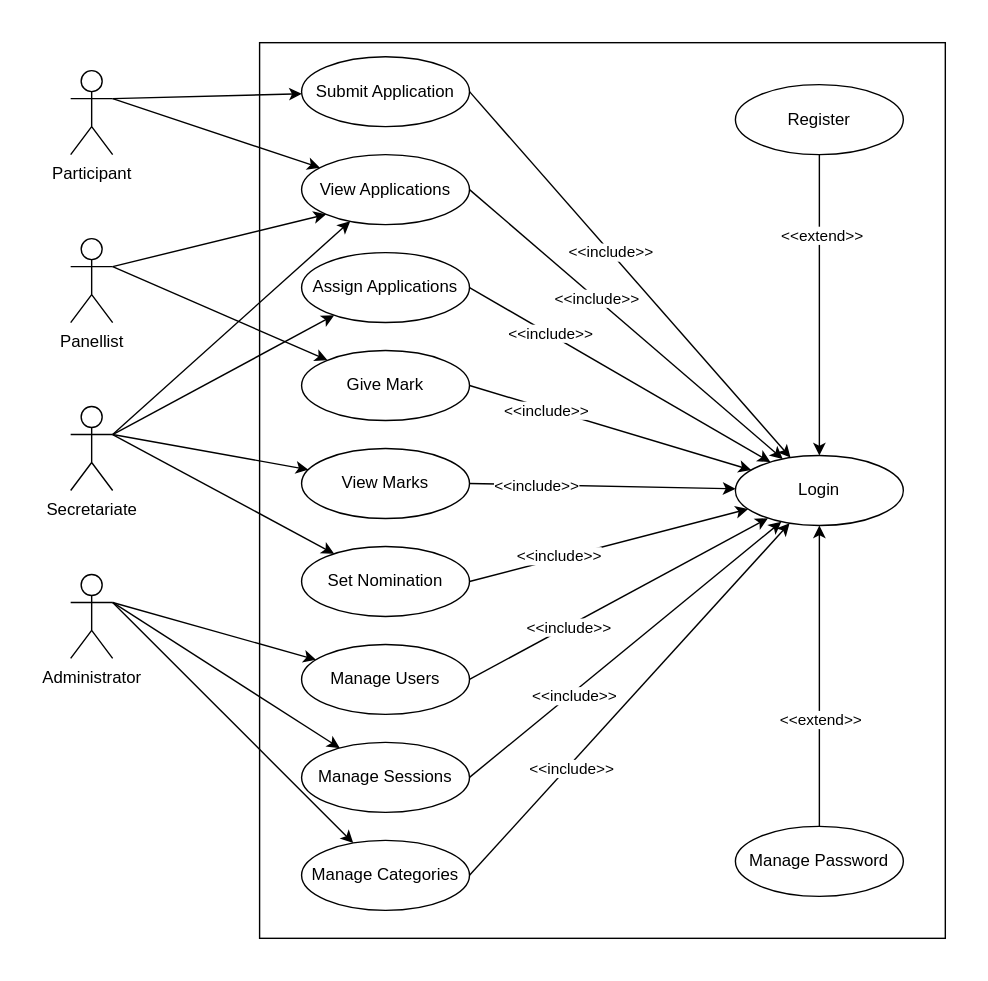
Before: manp2124/AwANS-Use_Case_Diagram.drawio.svg, a diagram exported from draw.io (vorexfaiq/utm-razak-docs). Source tidied: cells renumbered, new cells last; positions are measured from the earlier drawing's top-left corner, leaving out a move shared by most shapes.
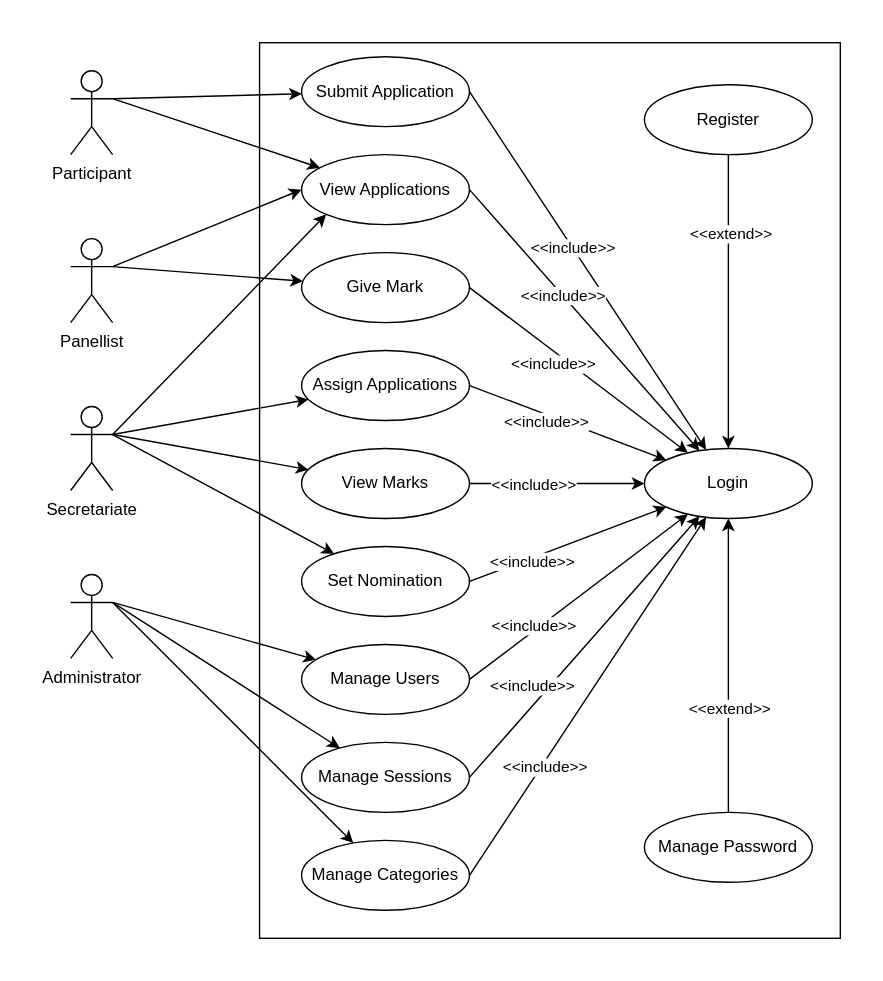
Above is the later version.

Diff of the diagram source:
```diff
@@ -3,9 +3,9 @@
     <mxCell id="0" />
     <mxCell id="1" parent="0" />
     <mxCell id="2" style="rounded=0;whiteSpace=wrap;html=1;" parent="1" vertex="1">
-      <mxGeometry x="135" width="490" height="640" as="geometry" />
+      <mxGeometry x="135" width="415" height="640" as="geometry" />
     </mxCell>
-    <mxCell id="3" style="rounded=0;jettySize=auto;html=1;exitX=1;exitY=0.3333333333333333;exitDx=0;exitDy=0;exitPerimeter=0;" parent="1" edge="1" source="7" target="23">
+    <mxCell id="3" style="rounded=0;jettySize=auto;html=1;exitX=1;exitY=0.3333333333333333;exitDx=0;exitDy=0;exitPerimeter=0;entryX=0;entryY=1;entryDx=0;entryDy=0;" parent="1" edge="1" source="7" target="23">
       <mxGeometry relative="1" as="geometry" />
     </mxCell>
     <mxCell id="4" style="rounded=0;jettySize=auto;html=1;exitX=1;exitY=0.3333333333333333;exitDx=0;exitDy=0;exitPerimeter=0;" parent="1" edge="1" source="7" target="26">
@@ -32,7 +32,7 @@
     <mxCell id="11" style="rounded=0;jettySize=auto;html=1;exitX=1;exitY=0.3333333333333333;exitDx=0;exitDy=0;exitPerimeter=0;" parent="1" edge="1" source="13" target="29">
       <mxGeometry relative="1" as="geometry" />
     </mxCell>
-    <mxCell id="12" style="rounded=0;jettySize=auto;html=1;exitX=1;exitY=0.3333333333333333;exitDx=0;exitDy=0;exitPerimeter=0;entryX=0;entryY=1;entryDx=0;entryDy=0;" parent="1" edge="1" source="13" target="23">
+    <mxCell id="12" style="rounded=0;jettySize=auto;html=1;exitX=1;exitY=0.3333333333333333;exitDx=0;exitDy=0;exitPerimeter=0;entryX=0;entryY=0.5;entryDx=0;entryDy=0;" parent="1" edge="1" source="13" target="23">
       <mxGeometry relative="1" as="geometry" />
     </mxCell>
     <mxCell id="13" value="Panellist" style="shape=umlActor;verticalLabelPosition=bottom;verticalAlign=top;html=1;outlineConnect=0;" parent="1" vertex="1">
@@ -72,25 +72,31 @@
       <mxGeometry relative="1" as="geometry" />
     </mxCell>
     <mxCell id="25" value="&amp;lt;&amp;lt;include&amp;gt;&amp;gt;" style="edgeLabel;html=1;align=center;verticalAlign=middle;" parent="24" vertex="1">
-      <mxGeometry x="-0.47" y="1" relative="1" as="geometry" />
+      <mxGeometry x="-0.47" y="1" relative="1" as="geometry">
+        <mxPoint x="17" y="12" as="offset" />
+      </mxGeometry>
     </mxCell>
     <mxCell id="26" value="Assign Applications" style="ellipse;whiteSpace=wrap;html=1;" parent="1" vertex="1">
-      <mxGeometry x="165" y="150" width="120" height="50" as="geometry" />
+      <mxGeometry x="165" y="220" width="120" height="50" as="geometry" />
     </mxCell>
     <mxCell id="27" style="rounded=0;jettySize=auto;html=1;exitX=1;exitY=0.5;exitDx=0;exitDy=0;" parent="1" edge="1" source="29" target="45">
       <mxGeometry relative="1" as="geometry" />
     </mxCell>
     <mxCell id="28" value="&amp;lt;&amp;lt;include&amp;gt;&amp;gt;" style="edgeLabel;html=1;align=center;verticalAlign=middle;" parent="27" vertex="1">
-      <mxGeometry x="-0.46" y="-1" relative="1" as="geometry" />
+      <mxGeometry x="-0.46" y="-1" relative="1" as="geometry">
+        <mxPoint x="18" y="22" as="offset" />
+      </mxGeometry>
     </mxCell>
     <mxCell id="29" value="Give Mark" style="ellipse;whiteSpace=wrap;html=1;" parent="1" vertex="1">
-      <mxGeometry x="165" y="220" width="120" height="50" as="geometry" />
+      <mxGeometry x="165" y="150" width="120" height="50" as="geometry" />
     </mxCell>
     <mxCell id="30" style="rounded=0;jettySize=auto;html=1;exitX=1;exitY=0.5;exitDx=0;exitDy=0;" parent="1" edge="1" source="32" target="45">
       <mxGeometry relative="1" as="geometry" />
     </mxCell>
     <mxCell id="31" value="&amp;lt;&amp;lt;include&amp;gt;&amp;gt;" style="edgeLabel;html=1;align=center;verticalAlign=middle;" parent="30" vertex="1">
-      <mxGeometry x="-0.49" y="-1" relative="1" as="geometry" />
+      <mxGeometry x="-0.49" y="-1" relative="1" as="geometry">
+        <mxPoint x="13" y="-1" as="offset" />
+      </mxGeometry>
     </mxCell>
     <mxCell id="32" value="View Marks" style="ellipse;whiteSpace=wrap;html=1;" parent="1" vertex="1">
       <mxGeometry x="165" y="290" width="120" height="50" as="geometry" />
@@ -100,7 +106,7 @@
     </mxCell>
     <mxCell id="34" value="&amp;lt;&amp;lt;include&amp;gt;&amp;gt;" style="edgeLabel;html=1;align=center;verticalAlign=middle;" parent="33" vertex="1">
       <mxGeometry x="-0.36" y="3" relative="1" as="geometry">
-        <mxPoint y="1" as="offset" />
+        <mxPoint x="1" y="5" as="offset" />
       </mxGeometry>
     </mxCell>
     <mxCell id="35" value="Set Nomination" style="ellipse;whiteSpace=wrap;html=1;" parent="1" vertex="1">
@@ -110,7 +116,9 @@
       <mxGeometry relative="1" as="geometry" />
     </mxCell>
     <mxCell id="37" value="&amp;lt;&amp;lt;include&amp;gt;&amp;gt;" style="edgeLabel;html=1;align=center;verticalAlign=middle;" parent="36" vertex="1">
-      <mxGeometry x="-0.34" y="-1" relative="1" as="geometry" />
+      <mxGeometry x="-0.34" y="-1" relative="1" as="geometry">
+        <mxPoint x="-7" as="offset" />
+      </mxGeometry>
     </mxCell>
     <mxCell id="38" value="Manage Users" style="ellipse;whiteSpace=wrap;html=1;" parent="1" vertex="1">
       <mxGeometry x="165" y="430" width="120" height="50" as="geometry" />
@@ -119,7 +127,9 @@
       <mxGeometry relative="1" as="geometry" />
     </mxCell>
     <mxCell id="40" value="&amp;lt;&amp;lt;include&amp;gt;&amp;gt;" style="edgeLabel;html=1;align=center;verticalAlign=middle;" parent="39" vertex="1">
-      <mxGeometry x="-0.34" y="-2" relative="1" as="geometry" />
+      <mxGeometry x="-0.34" y="-2" relative="1" as="geometry">
+        <mxPoint x="-11" y="-5" as="offset" />
+      </mxGeometry>
     </mxCell>
     <mxCell id="41" value="Manage Sessions" style="ellipse;whiteSpace=wrap;html=1;" parent="1" vertex="1">
       <mxGeometry x="165" y="500" width="120" height="50" as="geometry" />
@@ -134,7 +144,7 @@
       <mxGeometry x="165" y="570" width="120" height="50" as="geometry" />
     </mxCell>
     <mxCell id="45" value="Login" style="ellipse;whiteSpace=wrap;html=1;" parent="1" vertex="1">
-      <mxGeometry x="475" y="295" width="120" height="50" as="geometry" />
+      <mxGeometry x="410" y="290" width="120" height="50" as="geometry" />
     </mxCell>
     <mxCell id="46" style="rounded=0;jettySize=auto;html=1;exitX=0.5;exitY=1;exitDx=0;exitDy=0;" parent="1" edge="1" source="48" target="45">
       <mxGeometry relative="1" as="geometry" />
@@ -143,7 +153,7 @@
       <mxGeometry x="-0.47" y="1" relative="1" as="geometry" />
     </mxCell>
     <mxCell id="48" value="Register" style="ellipse;whiteSpace=wrap;html=1;" parent="1" vertex="1">
-      <mxGeometry x="475" y="30" width="120" height="50" as="geometry" />
+      <mxGeometry x="410" y="30" width="120" height="50" as="geometry" />
     </mxCell>
     <mxCell id="49" style="rounded=0;jettySize=auto;html=1;exitX=0.5;exitY=0;exitDx=0;exitDy=0;" parent="1" edge="1" source="51" target="45">
       <mxGeometry relative="1" as="geometry" />
@@ -152,7 +162,7 @@
       <mxGeometry x="-0.28" relative="1" as="geometry" />
     </mxCell>
     <mxCell id="51" value="Manage Password" style="ellipse;whiteSpace=wrap;html=1;" parent="1" vertex="1">
-      <mxGeometry x="475" y="560" width="120" height="50" as="geometry" />
+      <mxGeometry x="410" y="550" width="120" height="50" as="geometry" />
     </mxCell>
   </root>
 </mxGraphModel>
```
